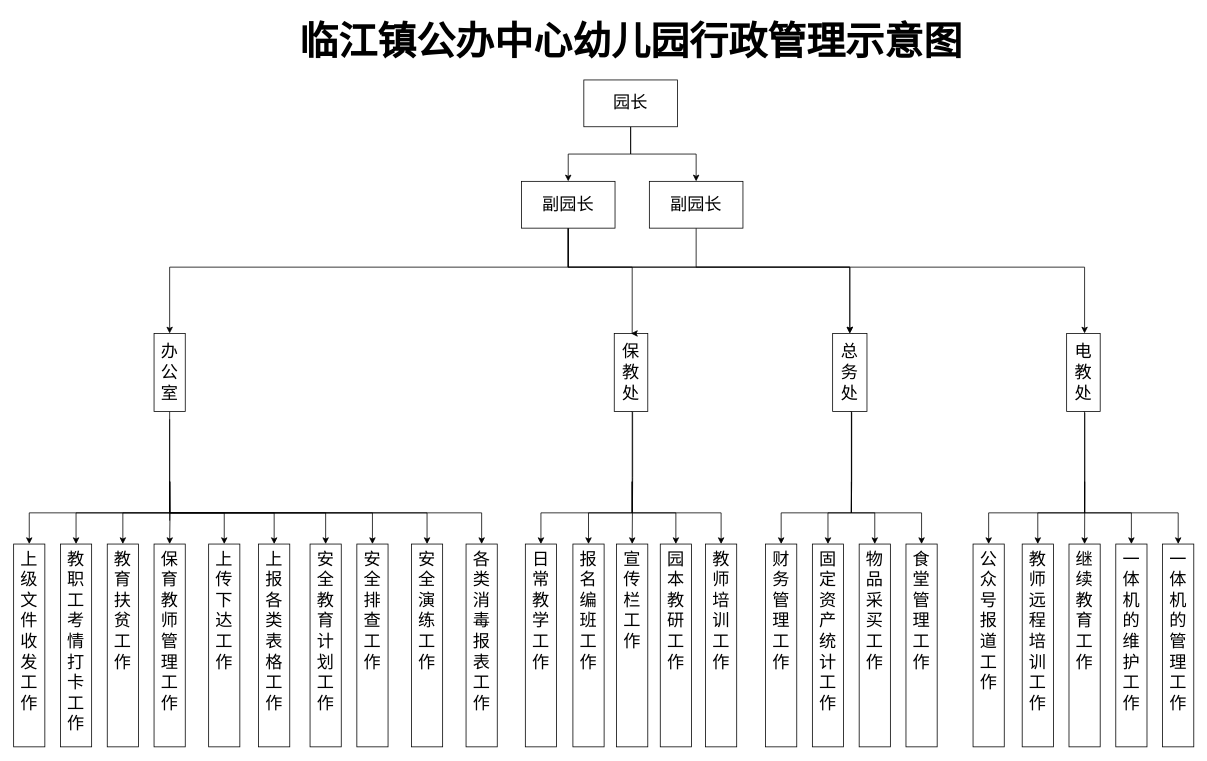
Above: Untitled Diagram.drawio in SummerWindL/knowledge_base (draw.io), before the change. Source tidied: cells renumbered, new cells numbered last; positions are measured from the earlier drawing's top-left corner, leaving out a move shared by most shapes. Both pictures are drawn from the tidied source at 78%, with x=0, y=0 at pixel (13, 13).
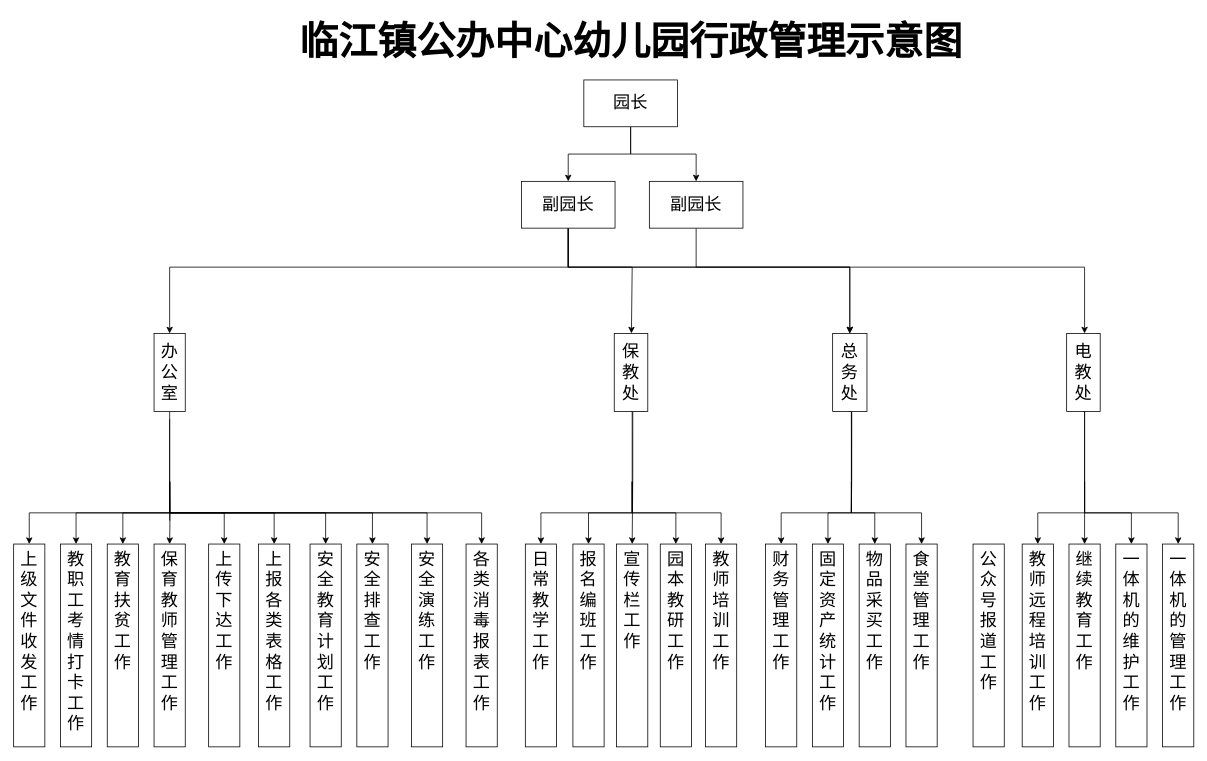
Above is the later version.

Unchanged cells that the change refers to:
```xml
<mxCell id="20" value="保&lt;br style=&quot;font-size: 22px;&quot;&gt;教&lt;br style=&quot;font-size: 22px;&quot;&gt;处" style="rounded=0;whiteSpace=wrap;html=1;labelBorderColor=none;fontSize=22;" parent="1" vertex="1">
  <mxGeometry x="770" y="410" width="43" height="100" as="geometry" />
</mxCell>
<mxCell id="31" value="电&lt;br style=&quot;font-size: 22px;&quot;&gt;教&lt;br style=&quot;font-size: 22px;&quot;&gt;处" style="rounded=0;whiteSpace=wrap;html=1;labelBorderColor=none;fontSize=22;" parent="1" vertex="1">
  <mxGeometry x="1350" y="410" width="43" height="100" as="geometry" />
</mxCell>
<mxCell id="36" value="公&lt;br style=&quot;font-size: 22px;&quot;&gt;众&lt;br style=&quot;font-size: 22px;&quot;&gt;号&lt;br style=&quot;font-size: 22px;&quot;&gt;报&lt;br style=&quot;font-size: 22px;&quot;&gt;道&lt;br style=&quot;font-size: 22px;&quot;&gt;工&lt;br style=&quot;font-size: 22px;&quot;&gt;作" style="rounded=0;whiteSpace=wrap;html=1;shadow=0;labelBackgroundColor=none;fontFamily=Verdana;fontSize=22;align=center;verticalAlign=top;labelBorderColor=none;" parent="1" vertex="1">
  <mxGeometry x="1230" y="680" width="40" height="260" as="geometry" />
</mxCell>
<mxCell id="40" value="宣&lt;br style=&quot;font-size: 22px;&quot;&gt;传&lt;br style=&quot;font-size: 22px;&quot;&gt;栏&lt;br style=&quot;font-size: 22px;&quot;&gt;工&lt;br style=&quot;font-size: 22px;&quot;&gt;作" style="rounded=0;whiteSpace=wrap;html=1;shadow=0;labelBackgroundColor=none;fontFamily=Verdana;fontSize=22;align=center;verticalAlign=top;labelBorderColor=none;" parent="1" vertex="1">
  <mxGeometry x="773" y="680" width="40" height="260" as="geometry" />
</mxCell>
<mxCell id="44" value="一&lt;br style=&quot;font-size: 22px;&quot;&gt;体&lt;br style=&quot;font-size: 22px;&quot;&gt;机&lt;br style=&quot;font-size: 22px;&quot;&gt;的&lt;br style=&quot;font-size: 22px;&quot;&gt;管&lt;br style=&quot;font-size: 22px;&quot;&gt;理&lt;br style=&quot;font-size: 22px;&quot;&gt;工&lt;br style=&quot;font-size: 22px;&quot;&gt;作" style="rounded=0;whiteSpace=wrap;html=1;shadow=0;labelBackgroundColor=none;fontFamily=Verdana;fontSize=22;align=center;verticalAlign=top;labelBorderColor=none;" parent="1" vertex="1">
  <mxGeometry x="1473" y="680" width="40" height="260" as="geometry" />
</mxCell>
<mxCell id="49" value="继&lt;br style=&quot;font-size: 22px;&quot;&gt;续&lt;br style=&quot;font-size: 22px;&quot;&gt;教&lt;br style=&quot;font-size: 22px;&quot;&gt;育&lt;br style=&quot;font-size: 22px;&quot;&gt;工&lt;br style=&quot;font-size: 22px;&quot;&gt;作" style="rounded=0;whiteSpace=wrap;html=1;shadow=0;labelBackgroundColor=none;fontFamily=Verdana;fontSize=22;align=center;verticalAlign=top;labelBorderColor=none;" parent="1" vertex="1">
  <mxGeometry x="1353" y="680" width="40" height="260" as="geometry" />
</mxCell>
<mxCell id="60" value="副园长" style="rounded=0;whiteSpace=wrap;html=1;labelBorderColor=none;fontSize=22;" parent="1" vertex="1">
  <mxGeometry x="651" y="215" width="120" height="60" as="geometry" />
</mxCell>
```

What changed in the source:
```diff
@@
-    <mxCell id="17" style="edgeStyle=orthogonalEdgeStyle;rounded=0;jettySize=auto;html=1;entryX=0.5;entryY=0;entryDx=0;entryDy=0;fontFamily=Verdana;fontSize=22;labelBorderColor=none;exitX=0.548;exitY=1.008;exitDx=0;exitDy=0;exitPerimeter=0;" parent="1" edge="1" source="20" target="40">
+    <mxCell id="17" style="edgeStyle=orthogonalEdgeStyle;rounded=0;jettySize=auto;html=1;entryX=0.5;entryY=0;entryDx=0;entryDy=0;fontFamily=Verdana;fontSize=22;labelBorderColor=none;exitX=0.552;exitY=1.006;exitDx=0;exitDy=0;exitPerimeter=0;" parent="1" edge="1" source="20" target="40">
       <mxGeometry relative="1" as="geometry" />
     </mxCell>
@@
-    <mxCell id="27" style="edgeStyle=orthogonalEdgeStyle;rounded=0;jettySize=auto;html=1;entryX=0.5;entryY=0;entryDx=0;entryDy=0;fontFamily=Verdana;fontSize=22;labelBorderColor=none;exitX=0.541;exitY=1.016;exitDx=0;exitDy=0;exitPerimeter=0;" parent="1" edge="1" source="31" target="49">
+    <mxCell id="27" style="edgeStyle=orthogonalEdgeStyle;rounded=0;jettySize=auto;html=1;entryX=0.5;entryY=0;entryDx=0;entryDy=0;fontFamily=Verdana;fontSize=22;labelBorderColor=none;exitX=0.5;exitY=1;exitDx=0;exitDy=0;" parent="1" edge="1" source="31" target="49">
       <mxGeometry relative="1" as="geometry">
         <Array as="points">
-          <mxPoint x="1373" y="600" />
-          <mxPoint x="1373" y="600" />
+          <mxPoint x="1373" y="510" />
         </Array>
       </mxGeometry>
     </mxCell>
@@
-    <mxCell id="29" style="edgeStyle=orthogonalEdgeStyle;rounded=0;jettySize=auto;html=1;entryX=0.5;entryY=0;entryDx=0;entryDy=0;fontFamily=Verdana;fontSize=22;labelBorderColor=none;" parent="1" edge="1" target="44">
+    <mxCell id="29" style="edgeStyle=orthogonalEdgeStyle;rounded=0;jettySize=auto;html=1;entryX=0.5;entryY=0;entryDx=0;entryDy=0;fontFamily=Verdana;fontSize=22;labelBorderColor=none;exitX=0.5;exitY=1;exitDx=0;exitDy=0;" parent="1" edge="1" source="31" target="44">
       <mxGeometry relative="1" as="geometry">
-        <mxPoint x="1373" y="600" as="sourcePoint" />
         <Array as="points">
+          <mxPoint x="1373" y="510" />
           <mxPoint x="1373" y="640" />
           <mxPoint x="1493" y="640" />
         </Array>
       </mxGeometry>
     </mxCell>
-    <mxCell id="30" style="edgeStyle=orthogonalEdgeStyle;rounded=0;jettySize=auto;html=1;fontSize=22;labelBorderColor=none;exitX=0.5;exitY=1;exitDx=0;exitDy=0;" parent="1" edge="1" source="31" target="36">
-      <mxGeometry relative="1" as="geometry">
-        <Array as="points">
-          <mxPoint x="1373" y="510" />
-          <mxPoint x="1373" y="640" />
-          <mxPoint x="1250" y="640" />
-        </Array>
-      </mxGeometry>
-    </mxCell>
@@
-    <mxCell id="57" style="edgeStyle=orthogonalEdgeStyle;rounded=0;jettySize=auto;html=1;fontFamily=Verdana;fontSize=22;entryX=0.5;entryY=0;entryDx=0;entryDy=0;labelBorderColor=none;" parent="1" edge="1" source="60" target="20">
+    <mxCell id="57" style="edgeStyle=orthogonalEdgeStyle;rounded=0;jettySize=auto;html=1;fontFamily=Verdana;fontSize=22;labelBorderColor=none;" parent="1" edge="1" source="60">
       <mxGeometry relative="1" as="geometry">
+        <mxPoint x="792" y="410" as="targetPoint" />
         <Array as="points">
           <mxPoint x="711" y="325" />
           <mxPoint x="793" y="325" />
         </Array>
       </mxGeometry>
     </mxCell>
```
